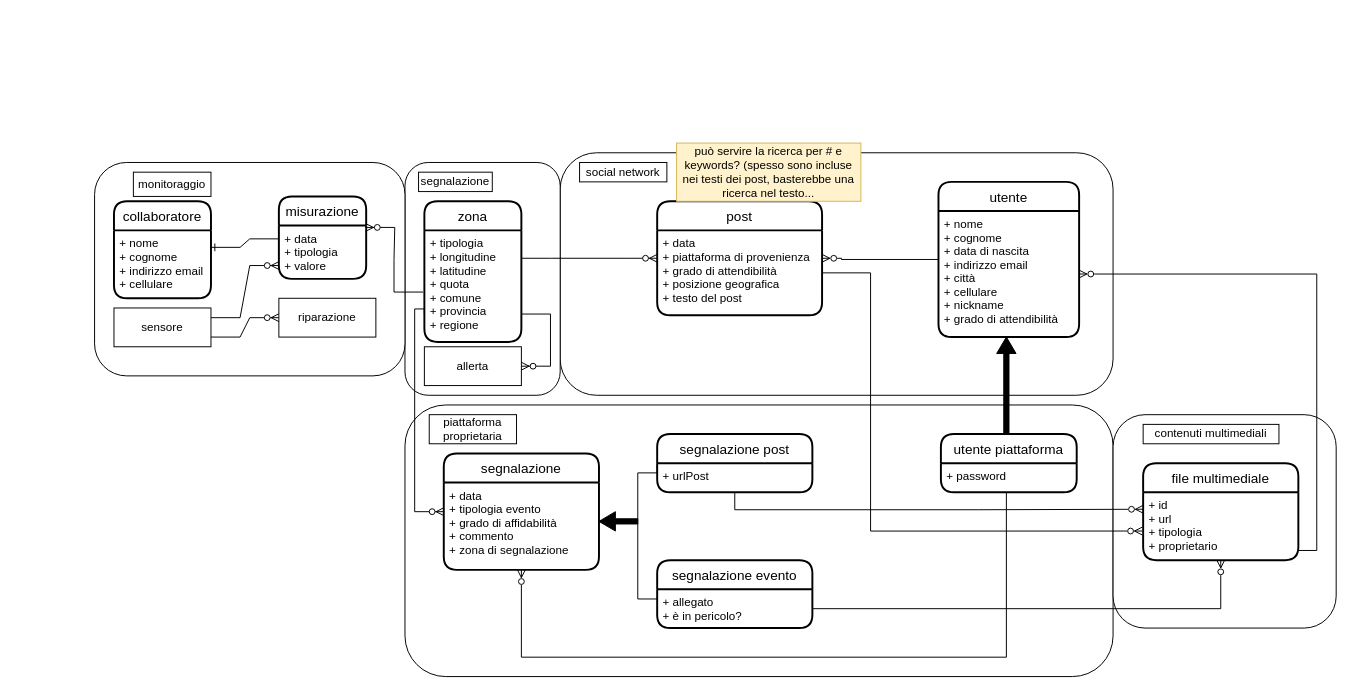
The draw.io diagram page "Brain Storming" (1 of 3) of diagramma-er.drawio in faffolao/ProgettoBD2022, before the edit. Source tidied: cells renumbered, new cells numbered last; positions are measured from the earlier drawing's top-left corner, leaving out a move shared by most shapes. Both pictures are drawn from the tidied source at 97%, with x=0, y=0 at pixel (94, 143).
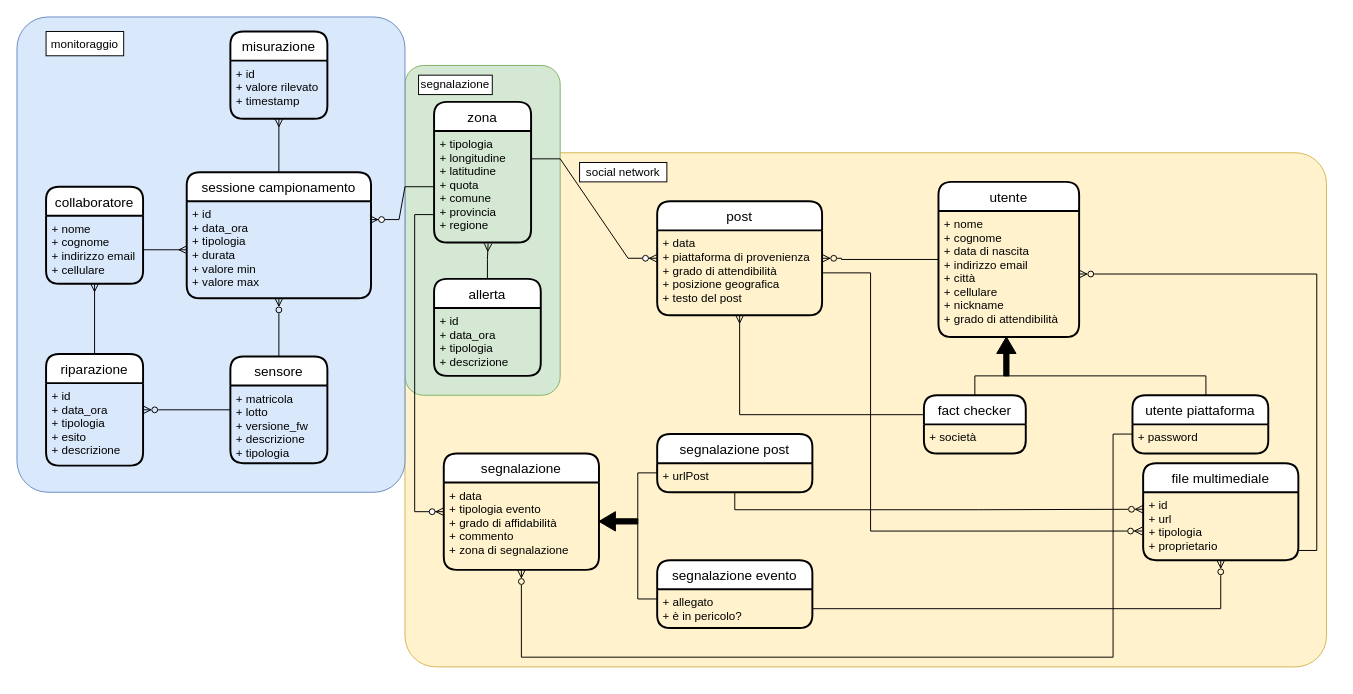
Above is the later version.

The change refers to these unchanged cells:
```xml
<mxCell id="20" value="+ nome&#10;+ cognome&#10;+ indirizzo email&#10;+ cellulare&#10;" style="align=left;strokeColor=none;fillColor=none;spacingLeft=4;fontSize=12;verticalAlign=top;" parent="19" vertex="1">
  <mxGeometry y="30" width="100" height="70" as="geometry" />
</mxCell>
<mxCell id="23" value="+ tipologia&#10;+ longitudine&#10;+ latitudine&#10;+ quota&#10;+ comune&#10;+ provincia&#10;+ regione" style="align=left;strokeColor=none;fillColor=none;spacingLeft=4;fontSize=12;verticalAlign=top;" parent="22" vertex="1">
  <mxGeometry y="30" width="100" height="115" as="geometry" />
</mxCell>
<mxCell id="29" value="segnalazione" style="swimlane;horizontal=1;startSize=30;rounded=1;fontSize=14;fontStyle=0;strokeWidth=2;shadow=0;dashed=0;align=center;" parent="1" vertex="1">
  <mxGeometry x="360" y="320" width="160" height="120" as="geometry" />
</mxCell>
<mxCell id="30" value="+ data&#10;+ tipologia evento&#10;+ grado di affidabilità&#10;+ commento&#10;+ zona di segnalazione" style="align=left;strokeColor=none;fillColor=none;spacingLeft=4;fontSize=12;verticalAlign=top;" parent="29" vertex="1">
  <mxGeometry y="30" width="160" height="90" as="geometry" />
</mxCell>
<mxCell id="36" value="+ data&#10;+ piattaforma di provenienza&#10;+ grado di attendibilità&#10;+ posizione geografica&#10;+ testo del post" style="align=left;strokeColor=none;fillColor=none;spacingLeft=4;fontSize=12;verticalAlign=top;" parent="35" vertex="1">
  <mxGeometry y="30" width="170" height="87.5" as="geometry" />
</mxCell>
```

What changed in the source:
```diff
@@
-    <mxCell id="2" style="rounded=1;whiteSpace=wrap;html=1;" parent="1" vertex="1">
-      <mxGeometry x="480" y="10" width="570" height="250" as="geometry" />
+    <mxCell id="2" style="rounded=1;whiteSpace=wrap;html=1;fillColor=#fff2cc;strokeColor=#d6b656;arcSize=6;" parent="1" vertex="1">
+      <mxGeometry x="320" y="10" width="950" height="530" as="geometry" />
     </mxCell>
-    <mxCell id="3" style="rounded=1;whiteSpace=wrap;html=1;" parent="1" vertex="1">
-      <mxGeometry x="320" y="270" width="730" height="280" as="geometry" />
-    </mxCell>
-    <mxCell id="4" style="rounded=1;whiteSpace=wrap;html=1;" parent="1" vertex="1">
-      <mxGeometry x="320" y="20" width="160" height="240" as="geometry" />
+    <mxCell id="4" style="rounded=1;whiteSpace=wrap;html=1;fillColor=#d5e8d4;strokeColor=#82b366;arcSize=12;" parent="1" vertex="1">
+      <mxGeometry x="320" y="-80" width="160" height="340" as="geometry" />
     </mxCell>
-    <mxCell id="5" style="rounded=1;whiteSpace=wrap;html=1;" parent="1" vertex="1">
-      <mxGeometry y="20" width="320" height="220" as="geometry" />
+    <mxCell id="5" style="rounded=1;whiteSpace=wrap;html=1;fillColor=#dae8fc;strokeColor=#6c8ebf;arcSize=8;" parent="1" vertex="1">
+      <mxGeometry x="-80" y="-130" width="400" height="490" as="geometry" />
     </mxCell>
-    <mxCell id="6" value="&lt;div&gt;sensore&lt;/div&gt;" style="whiteSpace=wrap;html=1;align=center;" parent="1" vertex="1">
-      <mxGeometry x="20" y="170" width="100" height="40" as="geometry" />
-    </mxCell>
-    <mxCell id="7" style="edgeStyle=entityRelationEdgeStyle;fontSize=12;html=1;endArrow=ERzeroToMany;endFill=1;rounded=0;entryX=0;entryY=0.75;entryDx=0;entryDy=0;exitX=1;exitY=0.25;exitDx=0;exitDy=0;" parent="1" edge="1" source="6" target="18">
-      <mxGeometry relative="1" as="geometry" />
-    </mxCell>
-    <mxCell id="8" style="edgeStyle=entityRelationEdgeStyle;fontSize=12;html=1;endArrow=ERzeroToMany;endFill=1;rounded=0;entryX=0.994;entryY=0.376;entryDx=0;entryDy=0;exitX=-0.013;exitY=0.553;exitDx=0;exitDy=0;entryPerimeter=0;startArrow=none;exitPerimeter=0;" parent="1" edge="1" source="23" target="17">
+    <mxCell id="8" style="edgeStyle=entityRelationEdgeStyle;fontSize=12;html=1;endArrow=ERzeroToMany;endFill=1;rounded=0;entryX=0.994;entryY=0.376;entryDx=0;entryDy=0;entryPerimeter=0;startArrow=none;" parent="1" edge="1" source="23" target="17">
       <mxGeometry relative="1" as="geometry" />
     </mxCell>
@@
-    <mxCell id="10" value="&lt;div&gt;riparazione&lt;/div&gt;" style="whiteSpace=wrap;html=1;align=center;" parent="1" vertex="1">
-      <mxGeometry x="190" y="160" width="100" height="40" as="geometry" />
-    </mxCell>
-    <mxCell id="11" style="edgeStyle=entityRelationEdgeStyle;fontSize=12;html=1;endArrow=ERzeroToMany;endFill=1;rounded=0;entryX=0;entryY=0.5;entryDx=0;entryDy=0;exitX=1;exitY=0.75;exitDx=0;exitDy=0;" parent="1" edge="1" source="6" target="10">
-      <mxGeometry relative="1" as="geometry" />
-    </mxCell>
-    <mxCell id="12" value="allerta" style="whiteSpace=wrap;html=1;align=center;" parent="1" vertex="1">
-      <mxGeometry x="340" y="210" width="100" height="40" as="geometry" />
-    </mxCell>
     <mxCell id="13" value="monitoraggio" style="rounded=0;whiteSpace=wrap;html=1;" parent="1" vertex="1">
-      <mxGeometry x="40" y="30" width="80" height="25" as="geometry" />
+      <mxGeometry x="-50" y="-115" width="80" height="25" as="geometry" />
     </mxCell>
@@
-    <mxCell id="15" style="edgeStyle=entityRelationEdgeStyle;fontSize=12;html=1;endArrow=ERzeroToMany;endFill=1;rounded=0;entryX=1;entryY=0.5;entryDx=0;entryDy=0;exitX=1;exitY=0.75;exitDx=0;exitDy=0;" parent="1" edge="1" source="23" target="12">
-      <mxGeometry relative="1" as="geometry" />
-    </mxCell>
     <mxCell id="16" value="segnalazione" style="rounded=0;whiteSpace=wrap;html=1;" parent="1" vertex="1">
-      <mxGeometry x="334" y="30" width="76" height="20" as="geometry" />
+      <mxGeometry x="334" y="-70" width="76" height="20" as="geometry" />
     </mxCell>
+    <mxCell id="54" style="edgeStyle=orthogonalEdgeStyle;rounded=0;jettySize=auto;html=1;endArrow=ERmany;endFill=0;" parent="1" edge="1" source="17" target="63">
+      <mxGeometry relative="1" as="geometry" />
+    </mxCell>
-    <mxCell id="17" value="misurazione" style="swimlane;horizontal=1;startSize=30;rounded=1;fontSize=14;fontStyle=0;strokeWidth=2;shadow=0;dashed=0;align=center;" parent="1" vertex="1">
-      <mxGeometry x="190" y="55" width="90" height="85" as="geometry" />
+    <mxCell id="17" value="sessione campionamento" style="swimlane;horizontal=1;startSize=30;rounded=1;fontSize=14;fontStyle=0;strokeWidth=2;shadow=0;dashed=0;align=center;" parent="1" vertex="1">
+      <mxGeometry x="95" y="30" width="190" height="130" as="geometry" />
     </mxCell>
-    <mxCell id="18" value="+ data&#10;+ tipologia&#10;+ valore" style="align=left;strokeColor=none;fillColor=none;spacingLeft=4;fontSize=12;verticalAlign=top;" parent="17" vertex="1">
-      <mxGeometry y="30" width="90" height="55" as="geometry" />
+    <mxCell id="18" value="+ id&#10;+ data_ora&#10;+ tipologia&#10;+ durata&#10;+ valore min&#10;+ valore max" style="align=left;strokeColor=none;fillColor=none;spacingLeft=4;fontSize=12;verticalAlign=top;" parent="17" vertex="1">
+      <mxGeometry y="30" width="190" height="100" as="geometry" />
     </mxCell>
     <mxCell id="19" value="collaboratore" style="swimlane;horizontal=1;startSize=30;rounded=1;fontSize=14;fontStyle=0;strokeWidth=2;shadow=0;dashed=0;align=center;" parent="1" vertex="1">
-      <mxGeometry x="20" y="60" width="100" height="100" as="geometry" />
+      <mxGeometry x="-50" y="45" width="100" height="100" as="geometry" />
     </mxCell>
@@
-    <mxCell id="21" style="edgeStyle=entityRelationEdgeStyle;fontSize=12;html=1;endArrow=ERone;endFill=1;rounded=0;exitX=0;exitY=0.25;exitDx=0;exitDy=0;entryX=1;entryY=0.25;entryDx=0;entryDy=0;" parent="1" edge="1" source="18" target="20">
-      <mxGeometry relative="1" as="geometry" />
-    </mxCell>
     <mxCell id="22" value="zona" style="swimlane;horizontal=1;startSize=30;rounded=1;fontSize=14;fontStyle=0;strokeWidth=2;shadow=0;dashed=0;align=center;" parent="1" vertex="1">
-      <mxGeometry x="340" y="60" width="100" height="145" as="geometry" />
+      <mxGeometry x="350" y="-42.5" width="100" height="145" as="geometry" />
     </mxCell>
@@
-    <mxCell id="24" value="piattaforma proprietaria" style="rounded=0;whiteSpace=wrap;html=1;" parent="1" vertex="1">
-      <mxGeometry x="345" y="280" width="90" height="30" as="geometry" />
-    </mxCell>
@@
     <mxCell id="31" style="edgeStyle=orthogonalEdgeStyle;fontSize=12;html=1;endArrow=ERzeroToMany;endFill=1;shadow=0;exitX=0;exitY=0.75;exitDx=0;exitDy=0;entryX=0;entryY=0.5;entryDx=0;entryDy=0;rounded=0;" parent="1" edge="1" source="23" target="29">
       <mxGeometry relative="1" as="geometry">
         <Array as="points">
-          <mxPoint x="340" y="171" />
-          <mxPoint x="330" y="171" />
+          <mxPoint x="330" y="74" />
           <mxPoint x="330" y="380" />
-          <mxPoint x="360" y="380" />
         </Array>
       </mxGeometry>
     </mxCell>
@@
     <mxCell id="39" style="edgeStyle=orthogonalEdgeStyle;rounded=0;jettySize=auto;html=1;endArrow=ERzeroToMany;endFill=0;" parent="1" edge="1" source="40" target="30">
       <mxGeometry relative="1" as="geometry">
         <Array as="points">
-          <mxPoint x="940" y="530" />
+          <mxPoint x="1050" y="300" />
+          <mxPoint x="1050" y="530" />
           <mxPoint x="440" y="530" />
         </Array>
       </mxGeometry>
     </mxCell>
     <mxCell id="40" value="utente piattaforma" style="swimlane;horizontal=1;startSize=30;rounded=1;fontSize=14;fontStyle=0;strokeWidth=2;shadow=0;dashed=0;align=center;" parent="1" vertex="1">
-      <mxGeometry x="872.5" y="300" width="140" height="60" as="geometry" />
+      <mxGeometry x="1070" y="260" width="140" height="60" as="geometry" />
     </mxCell>
@@
     <mxCell id="42" style="html=1;shadow=0;dashed=0;align=center;verticalAlign=middle;shape=mxgraph.arrows2.arrow;dy=0.73;dx=16.95;flipH=1;notch=0;fontFamily=Comic Sans MS;fillStyle=solid;rotation=90;fillColor=#000000;" parent="1" vertex="1">
-      <mxGeometry x="890" y="240" width="100" height="20" as="geometry" />
+      <mxGeometry x="920" y="210" width="40" height="20" as="geometry" />
     </mxCell>
-    <mxCell id="43" style="rounded=1;whiteSpace=wrap;html=1;" parent="1" vertex="1">
-      <mxGeometry x="1050" y="280" width="230" height="220" as="geometry" />
-    </mxCell>
-    <mxCell id="44" value="contenuti multimediali" style="rounded=0;whiteSpace=wrap;html=1;" parent="1" vertex="1">
-      <mxGeometry x="1081" y="290" width="140" height="20" as="geometry" />
-    </mxCell>
@@
-    <mxCell id="46" value="file multimediale" style="swimlane;horizontal=1;startSize=30;rounded=1;fontSize=14;fontStyle=0;strokeWidth=2;shadow=0;dashed=0;align=center;fillColor=none;" parent="1" vertex="1">
+    <mxCell id="46" value="file multimediale" style="swimlane;horizontal=1;startSize=30;rounded=1;fontSize=14;fontStyle=0;strokeWidth=2;shadow=0;dashed=0;align=center;" parent="1" vertex="1">
       <mxGeometry x="1081" y="330" width="160" height="100" as="geometry" />
     </mxCell>
@@
-    <mxCell id="52" value="può servire la ricerca per # e keywords? (spesso sono incluse nei testi dei post, basterebbe una ricerca nel testo..." style="text;html=1;strokeColor=#d6b656;fillColor=#fff2cc;align=center;verticalAlign=middle;whiteSpace=wrap;rounded=0;" parent="1" vertex="1">
-      <mxGeometry x="600" width="190" height="60" as="geometry" />
-    </mxCell>
@@
+    <mxCell id="55" style="edgeStyle=orthogonalEdgeStyle;rounded=0;jettySize=auto;html=1;entryX=0.5;entryY=1;entryDx=0;entryDy=0;endArrow=ERzeroToMany;endFill=0;" parent="1" edge="1" source="6" target="17">
+      <mxGeometry relative="1" as="geometry" />
+    </mxCell>
+    <mxCell id="56" style="edgeStyle=orthogonalEdgeStyle;rounded=0;jettySize=auto;html=1;endArrow=ERzeroToMany;endFill=0;" parent="1" edge="1" source="6" target="59">
+      <mxGeometry relative="1" as="geometry">
+        <Array as="points">
+          <mxPoint x="150" y="288" />
+          <mxPoint x="150" y="288" />
+        </Array>
+      </mxGeometry>
+    </mxCell>
+    <mxCell id="6" value="sensore" style="swimlane;horizontal=1;startSize=30;rounded=1;fontSize=14;fontStyle=0;strokeWidth=2;shadow=0;dashed=0;align=center;" parent="1" vertex="1">
+      <mxGeometry x="140" y="220" width="100" height="110" as="geometry" />
+    </mxCell>
+    <mxCell id="57" value="+ matricola&#10;+ lotto&#10;+ versione_fw&#10;+ descrizione&#10;+ tipologia" style="align=left;strokeColor=none;fillColor=none;spacingLeft=4;fontSize=12;verticalAlign=top;" parent="6" vertex="1">
+      <mxGeometry y="30" width="100" height="80" as="geometry" />
+    </mxCell>
+    <mxCell id="58" style="edgeStyle=orthogonalEdgeStyle;rounded=0;jettySize=auto;html=1;endArrow=ERmany;endFill=0;" parent="1" edge="1" source="10" target="20">
+      <mxGeometry relative="1" as="geometry" />
+    </mxCell>
+    <mxCell id="10" value="riparazione" style="swimlane;horizontal=1;startSize=30;rounded=1;fontSize=14;fontStyle=0;strokeWidth=2;shadow=0;dashed=0;align=center;" parent="1" vertex="1">
+      <mxGeometry x="-50" y="217.5" width="100" height="115" as="geometry" />
+    </mxCell>
+    <mxCell id="59" value="+ id&#10;+ data_ora&#10;+ tipologia&#10;+ esito&#10;+ descrizione" style="align=left;strokeColor=none;fillColor=none;spacingLeft=4;fontSize=12;verticalAlign=top;" parent="10" vertex="1">
+      <mxGeometry y="30" width="100" height="85" as="geometry" />
+    </mxCell>
+    <mxCell id="60" style="edgeStyle=orthogonalEdgeStyle;rounded=0;jettySize=auto;html=1;entryX=0.557;entryY=1.008;entryDx=0;entryDy=0;entryPerimeter=0;endArrow=ERmany;endFill=0;" parent="1" edge="1" source="12" target="23">
+      <mxGeometry relative="1" as="geometry" />
+    </mxCell>
+    <mxCell id="12" value="allerta" style="swimlane;horizontal=1;startSize=30;rounded=1;fontSize=14;fontStyle=0;strokeWidth=2;shadow=0;dashed=0;align=center;" parent="1" vertex="1">
+      <mxGeometry x="350" y="140" width="110" height="100" as="geometry" />
+    </mxCell>
+    <mxCell id="61" value="+ id&#10;+ data_ora&#10;+ tipologia&#10;+ descrizione" style="align=left;strokeColor=none;fillColor=none;spacingLeft=4;fontSize=12;verticalAlign=top;" parent="12" vertex="1">
+      <mxGeometry y="30" width="110" height="70" as="geometry" />
+    </mxCell>
+    <mxCell id="62" value="misurazione" style="swimlane;horizontal=1;startSize=30;rounded=1;fontSize=14;fontStyle=0;strokeWidth=2;shadow=0;dashed=0;align=center;" parent="1" vertex="1">
+      <mxGeometry x="140" y="-115" width="100" height="90" as="geometry" />
+    </mxCell>
+    <mxCell id="63" value="+ id&#10;+ valore rilevato&#10;+ timestamp" style="align=left;strokeColor=none;fillColor=none;spacingLeft=4;fontSize=12;verticalAlign=top;" parent="62" vertex="1">
+      <mxGeometry y="30" width="100" height="60" as="geometry" />
+    </mxCell>
+    <mxCell id="64" style="edgeStyle=orthogonalEdgeStyle;rounded=0;jettySize=auto;html=1;endArrow=ERmany;endFill=0;" parent="1" edge="1" source="20" target="18">
+      <mxGeometry relative="1" as="geometry" />
+    </mxCell>
+    <mxCell id="65" style="edgeStyle=orthogonalEdgeStyle;rounded=0;jettySize=auto;html=1;entryX=0.541;entryY=0.003;entryDx=0;entryDy=0;entryPerimeter=0;endArrow=none;endFill=0;" parent="1" edge="1" source="67" target="40">
+      <mxGeometry relative="1" as="geometry">
+        <Array as="points">
+          <mxPoint x="907" y="240" />
+          <mxPoint x="1146" y="240" />
+        </Array>
+      </mxGeometry>
+    </mxCell>
+    <mxCell id="66" style="edgeStyle=orthogonalEdgeStyle;rounded=0;jettySize=auto;html=1;endArrow=ERmany;endFill=0;" parent="1" edge="1" source="67" target="36">
+      <mxGeometry relative="1" as="geometry">
+        <Array as="points">
+          <mxPoint x="665" y="280" />
+        </Array>
+      </mxGeometry>
+    </mxCell>
+    <mxCell id="67" value="fact checker" style="swimlane;horizontal=1;startSize=30;rounded=1;fontSize=14;fontStyle=0;strokeWidth=2;shadow=0;dashed=0;align=center;gradientColor=none;" parent="1" vertex="1">
+      <mxGeometry x="855" y="260" width="105" height="60" as="geometry" />
+    </mxCell>
+    <mxCell id="68" value="+ società" style="align=left;strokeColor=none;fillColor=none;spacingLeft=4;fontSize=12;verticalAlign=top;shadow=1;" parent="67" vertex="1">
+      <mxGeometry y="30" width="105" height="30" as="geometry" />
+    </mxCell>
```
